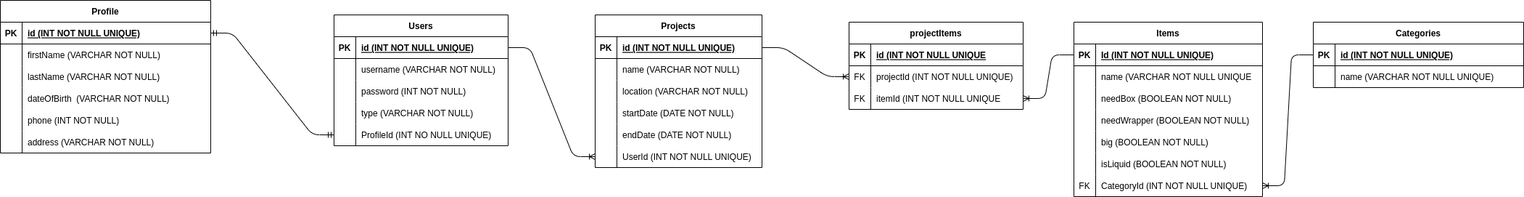
Above: schema/chema.png in hasan5323/pair-project-p1-kopipiko (draw.io), before the change. Source tidied: cells renumbered, new cells last; positions are measured from the earlier drawing's top-left corner, leaving out a move shared by most shapes.
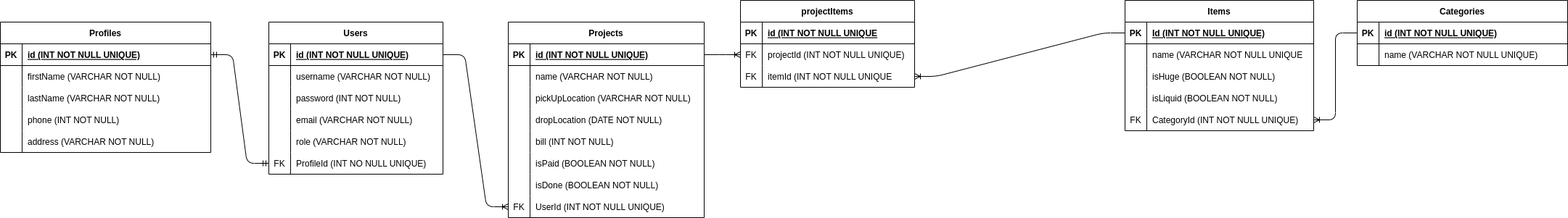
After the change.

The edit, as a diff of the source:
```diff
@@ -3,7 +3,7 @@
     <mxCell id="0" />
     <mxCell id="1" parent="0" />
     <mxCell id="2" value="Items" style="shape=table;startSize=30;rowLines=0;fontStyle=1;align=center;" parent="1" vertex="1">
-      <mxGeometry x="1480" y="30" width="260" height="240" as="geometry" />
+      <mxGeometry x="1700" y="30" width="260" height="180" as="geometry" />
     </mxCell>
     <mxCell id="3" style="shape=tableRow;horizontal=0;startSize=0;swimlaneHead=0;swimlaneBody=0;fillColor=none;points=[[0,0.5],[1,0.5]];portConstraint=eastwest;top=0;left=0;right=0;bottom=1;" parent="2" vertex="1">
       <mxGeometry y="30" width="260" height="30" as="geometry" />
@@ -23,35 +23,17 @@
     <mxCell id="8" value="name (VARCHAR NOT NULL UNIQUE" style="shape=partialRectangle;fillColor=none;top=0;left=0;bottom=0;right=0;align=left;spacingLeft=6;overflow=hidden;" parent="6" vertex="1">
       <mxGeometry x="30" width="230" height="30" as="geometry" />
     </mxCell>
-    <mxCell id="9" style="shape=tableRow;horizontal=0;startSize=0;swimlaneHead=0;swimlaneBody=0;fillColor=none;top=0;left=0;right=0;bottom=0;" parent="2" vertex="1">
-      <mxGeometry y="90" width="260" height="30" as="geometry" />
-    </mxCell>
-    <mxCell id="10" style="shape=partialRectangle;fillColor=none;top=0;left=0;bottom=0;right=0;overflow=hidden;" parent="9" vertex="1">
-      <mxGeometry width="30" height="30" as="geometry" />
-    </mxCell>
-    <mxCell id="11" value="needBox (BOOLEAN NOT NULL)" style="shape=partialRectangle;fillColor=none;top=0;left=0;bottom=0;right=0;align=left;spacingLeft=6;overflow=hidden;" parent="9" vertex="1">
-      <mxGeometry x="30" width="230" height="30" as="geometry" />
-    </mxCell>
-    <mxCell id="12" style="shape=tableRow;horizontal=0;startSize=0;swimlaneHead=0;swimlaneBody=0;fillColor=none;top=0;left=0;right=0;bottom=0;" parent="2" vertex="1">
-      <mxGeometry y="120" width="260" height="30" as="geometry" />
-    </mxCell>
-    <mxCell id="13" style="shape=partialRectangle;fillColor=none;top=0;left=0;bottom=0;right=0;overflow=hidden;" parent="12" vertex="1">
-      <mxGeometry width="30" height="30" as="geometry" />
-    </mxCell>
-    <mxCell id="14" value="needWrapper (BOOLEAN NOT NULL)" style="shape=partialRectangle;fillColor=none;top=0;left=0;bottom=0;right=0;align=left;spacingLeft=6;overflow=hidden;" parent="12" vertex="1">
-      <mxGeometry x="30" width="230" height="30" as="geometry" />
-    </mxCell>
     <mxCell id="15" style="shape=tableRow;horizontal=0;startSize=0;swimlaneHead=0;swimlaneBody=0;fillColor=none;top=0;left=0;right=0;bottom=0;" parent="2" vertex="1">
-      <mxGeometry y="150" width="260" height="30" as="geometry" />
+      <mxGeometry y="90" width="260" height="30" as="geometry" />
     </mxCell>
     <mxCell id="16" style="shape=partialRectangle;fillColor=none;top=0;left=0;bottom=0;right=0;overflow=hidden;" parent="15" vertex="1">
       <mxGeometry width="30" height="30" as="geometry" />
     </mxCell>
-    <mxCell id="17" value="big (BOOLEAN NOT NULL)" style="shape=partialRectangle;fillColor=none;top=0;left=0;bottom=0;right=0;align=left;spacingLeft=6;overflow=hidden;" parent="15" vertex="1">
+    <mxCell id="17" value="isHuge (BOOLEAN NOT NULL)" style="shape=partialRectangle;fillColor=none;top=0;left=0;bottom=0;right=0;align=left;spacingLeft=6;overflow=hidden;" parent="15" vertex="1">
       <mxGeometry x="30" width="230" height="30" as="geometry" />
     </mxCell>
     <mxCell id="18" style="shape=tableRow;horizontal=0;startSize=0;swimlaneHead=0;swimlaneBody=0;fillColor=none;top=0;left=0;right=0;bottom=0;" parent="2" vertex="1">
-      <mxGeometry y="180" width="260" height="30" as="geometry" />
+      <mxGeometry y="120" width="260" height="30" as="geometry" />
     </mxCell>
     <mxCell id="19" style="shape=partialRectangle;fillColor=none;top=0;left=0;bottom=0;right=0;overflow=hidden;" parent="18" vertex="1">
       <mxGeometry width="30" height="30" as="geometry" />
@@ -60,7 +42,7 @@
       <mxGeometry x="30" width="230" height="30" as="geometry" />
     </mxCell>
     <mxCell id="21" style="shape=tableRow;horizontal=0;startSize=0;swimlaneHead=0;swimlaneBody=0;fillColor=none;points=[[0,0.5],[1,0.5]];portConstraint=eastwest;top=0;left=0;right=0;bottom=0;" parent="2" vertex="1">
-      <mxGeometry y="210" width="260" height="30" as="geometry" />
+      <mxGeometry y="150" width="260" height="30" as="geometry" />
     </mxCell>
     <mxCell id="22" value="FK" style="shape=partialRectangle;fillColor=none;top=0;left=0;bottom=0;right=0;overflow=hidden;" parent="21" vertex="1">
       <mxGeometry width="30" height="30" as="geometry" />
@@ -69,7 +51,7 @@
       <mxGeometry x="30" width="230" height="30" as="geometry" />
     </mxCell>
     <mxCell id="24" value="Categories" style="shape=table;startSize=30;rowLines=0;fontStyle=1;align=center;" parent="1" vertex="1">
-      <mxGeometry x="1810" y="30" width="290" height="90" as="geometry" />
+      <mxGeometry x="2020" y="30" width="290" height="90" as="geometry" />
     </mxCell>
     <mxCell id="25" style="shape=tableRow;horizontal=0;startSize=0;swimlaneHead=0;swimlaneBody=0;fillColor=none;top=0;left=0;right=0;bottom=1;" parent="24" vertex="1">
       <mxGeometry y="30" width="290" height="30" as="geometry" />
@@ -90,61 +72,79 @@
       <mxGeometry x="30" width="260" height="30" as="geometry" />
     </mxCell>
     <mxCell id="31" value="Projects" style="shape=table;startSize=30;rowLines=0;fontStyle=1;align=center;" parent="1" vertex="1">
-      <mxGeometry x="820" y="20" width="230" height="210" as="geometry" />
+      <mxGeometry x="850" y="60" width="270" height="270" as="geometry" />
     </mxCell>
     <mxCell id="32" style="shape=tableRow;horizontal=0;startSize=0;swimlaneHead=0;swimlaneBody=0;fillColor=none;points=[[0,0.5],[1,0.5]];portConstraint=eastwest;top=0;left=0;right=0;bottom=1;" parent="31" vertex="1">
-      <mxGeometry y="30" width="230" height="30" as="geometry" />
+      <mxGeometry y="30" width="270" height="30" as="geometry" />
     </mxCell>
     <mxCell id="33" value="PK" style="shape=partialRectangle;fillColor=none;top=0;left=0;bottom=0;right=0;fontStyle=1;overflow=hidden;" parent="32" vertex="1">
       <mxGeometry width="30" height="30" as="geometry" />
     </mxCell>
     <mxCell id="34" value="id (INT NOT NULL UNIQUE)" style="shape=partialRectangle;fillColor=none;top=0;left=0;bottom=0;right=0;align=left;spacingLeft=6;fontStyle=5;overflow=hidden;" parent="32" vertex="1">
-      <mxGeometry x="30" width="200" height="30" as="geometry" />
+      <mxGeometry x="30" width="240" height="30" as="geometry" />
     </mxCell>
     <mxCell id="35" style="shape=tableRow;horizontal=0;startSize=0;swimlaneHead=0;swimlaneBody=0;fillColor=none;top=0;left=0;right=0;bottom=0;" parent="31" vertex="1">
-      <mxGeometry y="60" width="230" height="30" as="geometry" />
+      <mxGeometry y="60" width="270" height="30" as="geometry" />
     </mxCell>
     <mxCell id="36" style="shape=partialRectangle;fillColor=none;top=0;left=0;bottom=0;right=0;overflow=hidden;" parent="35" vertex="1">
       <mxGeometry width="30" height="30" as="geometry" />
     </mxCell>
     <mxCell id="37" value="name (VARCHAR NOT NULL)" style="shape=partialRectangle;fillColor=none;top=0;left=0;bottom=0;right=0;align=left;spacingLeft=6;overflow=hidden;" parent="35" vertex="1">
-      <mxGeometry x="30" width="200" height="30" as="geometry" />
+      <mxGeometry x="30" width="240" height="30" as="geometry" />
     </mxCell>
     <mxCell id="38" style="shape=tableRow;horizontal=0;startSize=0;swimlaneHead=0;swimlaneBody=0;fillColor=none;top=0;left=0;right=0;bottom=0;" parent="31" vertex="1">
-      <mxGeometry y="90" width="230" height="30" as="geometry" />
+      <mxGeometry y="90" width="270" height="30" as="geometry" />
     </mxCell>
     <mxCell id="39" style="shape=partialRectangle;fillColor=none;top=0;left=0;bottom=0;right=0;overflow=hidden;" parent="38" vertex="1">
       <mxGeometry width="30" height="30" as="geometry" />
     </mxCell>
-    <mxCell id="40" value="location (VARCHAR NOT NULL)" style="shape=partialRectangle;fillColor=none;top=0;left=0;bottom=0;right=0;align=left;spacingLeft=6;overflow=hidden;" parent="38" vertex="1">
-      <mxGeometry x="30" width="200" height="30" as="geometry" />
+    <mxCell id="40" value="pickUpLocation (VARCHAR NOT NULL)" style="shape=partialRectangle;fillColor=none;top=0;left=0;bottom=0;right=0;align=left;spacingLeft=6;overflow=hidden;" parent="38" vertex="1">
+      <mxGeometry x="30" width="240" height="30" as="geometry" />
     </mxCell>
-    <mxCell id="41" style="shape=tableRow;horizontal=0;startSize=0;swimlaneHead=0;swimlaneBody=0;fillColor=none;top=0;left=0;right=0;bottom=0;" parent="31" vertex="1">
-      <mxGeometry y="120" width="230" height="30" as="geometry" />
-    </mxCell>
-    <mxCell id="42" style="shape=partialRectangle;fillColor=none;top=0;left=0;bottom=0;right=0;overflow=hidden;" parent="41" vertex="1">
-      <mxGeometry width="30" height="30" as="geometry" />
-    </mxCell>
-    <mxCell id="43" value="startDate (DATE NOT NULL)" style="shape=partialRectangle;fillColor=none;top=0;left=0;bottom=0;right=0;align=left;spacingLeft=6;overflow=hidden;" parent="41" vertex="1">
-      <mxGeometry x="30" width="200" height="30" as="geometry" />
-    </mxCell>
     <mxCell id="44" style="shape=tableRow;horizontal=0;startSize=0;swimlaneHead=0;swimlaneBody=0;fillColor=none;top=0;left=0;right=0;bottom=0;" parent="31" vertex="1">
-      <mxGeometry y="150" width="230" height="30" as="geometry" />
+      <mxGeometry y="120" width="270" height="30" as="geometry" />
     </mxCell>
     <mxCell id="45" style="shape=partialRectangle;fillColor=none;top=0;left=0;bottom=0;right=0;overflow=hidden;" parent="44" vertex="1">
       <mxGeometry width="30" height="30" as="geometry" />
     </mxCell>
-    <mxCell id="46" value="endDate (DATE NOT NULL)" style="shape=partialRectangle;fillColor=none;top=0;left=0;bottom=0;right=0;align=left;spacingLeft=6;overflow=hidden;" parent="44" vertex="1">
-      <mxGeometry x="30" width="200" height="30" as="geometry" />
+    <mxCell id="46" value="dropLocation (DATE NOT NULL)" style="shape=partialRectangle;fillColor=none;top=0;left=0;bottom=0;right=0;align=left;spacingLeft=6;overflow=hidden;" parent="44" vertex="1">
+      <mxGeometry x="30" width="240" height="30" as="geometry" />
     </mxCell>
+    <mxCell id="100" style="shape=tableRow;horizontal=0;startSize=0;swimlaneHead=0;swimlaneBody=0;fillColor=none;top=0;left=0;right=0;bottom=0;" parent="31" vertex="1">
+      <mxGeometry y="150" width="270" height="30" as="geometry" />
+    </mxCell>
+    <mxCell id="101" style="shape=partialRectangle;fillColor=none;top=0;left=0;bottom=0;right=0;overflow=hidden;" parent="100" vertex="1">
+      <mxGeometry width="30" height="30" as="geometry" />
+    </mxCell>
+    <mxCell id="102" value="bill (INT NOT NULL)" style="shape=partialRectangle;fillColor=none;top=0;left=0;bottom=0;right=0;align=left;spacingLeft=6;overflow=hidden;" parent="100" vertex="1">
+      <mxGeometry x="30" width="240" height="30" as="geometry" />
+    </mxCell>
+    <mxCell id="103" style="shape=tableRow;horizontal=0;startSize=0;swimlaneHead=0;swimlaneBody=0;fillColor=none;top=0;left=0;right=0;bottom=0;" parent="31" vertex="1">
+      <mxGeometry y="180" width="270" height="30" as="geometry" />
+    </mxCell>
+    <mxCell id="104" style="shape=partialRectangle;fillColor=none;top=0;left=0;bottom=0;right=0;overflow=hidden;" parent="103" vertex="1">
+      <mxGeometry width="30" height="30" as="geometry" />
+    </mxCell>
+    <mxCell id="105" value="isPaid (BOOLEAN NOT NULL)" style="shape=partialRectangle;fillColor=none;top=0;left=0;bottom=0;right=0;align=left;spacingLeft=6;overflow=hidden;" parent="103" vertex="1">
+      <mxGeometry x="30" width="240" height="30" as="geometry" />
+    </mxCell>
+    <mxCell id="106" style="shape=tableRow;horizontal=0;startSize=0;swimlaneHead=0;swimlaneBody=0;fillColor=none;top=0;left=0;right=0;bottom=0;" parent="31" vertex="1">
+      <mxGeometry y="210" width="270" height="30" as="geometry" />
+    </mxCell>
+    <mxCell id="107" style="shape=partialRectangle;fillColor=none;top=0;left=0;bottom=0;right=0;overflow=hidden;" parent="106" vertex="1">
+      <mxGeometry width="30" height="30" as="geometry" />
+    </mxCell>
+    <mxCell id="108" value="isDone (BOOLEAN NOT NULL)" style="shape=partialRectangle;fillColor=none;top=0;left=0;bottom=0;right=0;align=left;spacingLeft=6;overflow=hidden;" parent="106" vertex="1">
+      <mxGeometry x="30" width="240" height="30" as="geometry" />
+    </mxCell>
     <mxCell id="47" style="shape=tableRow;horizontal=0;startSize=0;swimlaneHead=0;swimlaneBody=0;fillColor=none;points=[[0,0.5],[1,0.5]];portConstraint=eastwest;top=0;left=0;right=0;bottom=0;" parent="31" vertex="1">
-      <mxGeometry y="180" width="230" height="30" as="geometry" />
+      <mxGeometry y="240" width="270" height="30" as="geometry" />
     </mxCell>
-    <mxCell id="48" style="shape=partialRectangle;fillColor=none;top=0;left=0;bottom=0;right=0;overflow=hidden;" parent="47" vertex="1">
+    <mxCell id="48" value="FK" style="shape=partialRectangle;fillColor=none;top=0;left=0;bottom=0;right=0;overflow=hidden;" parent="47" vertex="1">
       <mxGeometry width="30" height="30" as="geometry" />
     </mxCell>
     <mxCell id="49" value="UserId (INT NOT NULL UNIQUE)" style="shape=partialRectangle;fillColor=none;top=0;left=0;bottom=0;right=0;align=left;spacingLeft=6;overflow=hidden;" parent="47" vertex="1">
-      <mxGeometry x="30" width="200" height="30" as="geometry" />
+      <mxGeometry x="30" width="240" height="30" as="geometry" />
     </mxCell>
     <mxCell id="50" style="edgeStyle=entityRelationEdgeStyle;fontSize=12;html=1;endArrow=ERoneToMany;" parent="1" edge="1" source="24" target="21">
       <mxGeometry relative="1" as="geometry" />
@@ -186,7 +186,7 @@
       <mxGeometry relative="1" as="geometry" />
     </mxCell>
     <mxCell id="63" value="Users" style="shape=table;startSize=30;rowLines=0;fontStyle=1;align=center;" parent="1" vertex="1">
-      <mxGeometry x="460" y="20" width="240" height="180" as="geometry" />
+      <mxGeometry x="520" y="60" width="240" height="210" as="geometry" />
     </mxCell>
     <mxCell id="64" style="shape=tableRow;horizontal=0;startSize=0;swimlaneHead=0;swimlaneBody=0;fillColor=none;points=[[0,0.5],[1,0.5]];portConstraint=eastwest;top=0;left=0;right=0;bottom=1;" parent="63" vertex="1">
       <mxGeometry y="30" width="240" height="30" as="geometry" />
@@ -215,29 +215,35 @@
     <mxCell id="72" value="password (INT NOT NULL)" style="shape=partialRectangle;fillColor=none;top=0;left=0;bottom=0;right=0;align=left;spacingLeft=6;overflow=hidden;" parent="70" vertex="1">
       <mxGeometry x="30" width="210" height="30" as="geometry" />
     </mxCell>
+    <mxCell id="109" style="shape=tableRow;horizontal=0;startSize=0;swimlaneHead=0;swimlaneBody=0;fillColor=none;top=0;left=0;right=0;bottom=0;" parent="63" vertex="1">
+      <mxGeometry y="120" width="240" height="30" as="geometry" />
+    </mxCell>
+    <mxCell id="110" style="shape=partialRectangle;fillColor=none;top=0;left=0;bottom=0;right=0;overflow=hidden;" parent="109" vertex="1">
+      <mxGeometry width="30" height="30" as="geometry" />
+    </mxCell>
+    <mxCell id="111" value="email (VARCHAR NOT NULL)" style="shape=partialRectangle;fillColor=none;top=0;left=0;bottom=0;right=0;align=left;spacingLeft=6;overflow=hidden;" parent="109" vertex="1">
+      <mxGeometry x="30" width="210" height="30" as="geometry" />
+    </mxCell>
     <mxCell id="73" style="shape=tableRow;horizontal=0;startSize=0;swimlaneHead=0;swimlaneBody=0;fillColor=none;top=0;left=0;right=0;bottom=0;" parent="63" vertex="1">
-      <mxGeometry y="120" width="240" height="30" as="geometry" />
+      <mxGeometry y="150" width="240" height="30" as="geometry" />
     </mxCell>
     <mxCell id="74" style="shape=partialRectangle;fillColor=none;top=0;left=0;bottom=0;right=0;overflow=hidden;" parent="73" vertex="1">
       <mxGeometry width="30" height="30" as="geometry" />
     </mxCell>
-    <mxCell id="75" value="type (VARCHAR NOT NULL)" style="shape=partialRectangle;fillColor=none;top=0;left=0;bottom=0;right=0;align=left;spacingLeft=6;overflow=hidden;" parent="73" vertex="1">
+    <mxCell id="75" value="role (VARCHAR NOT NULL)" style="shape=partialRectangle;fillColor=none;top=0;left=0;bottom=0;right=0;align=left;spacingLeft=6;overflow=hidden;" parent="73" vertex="1">
       <mxGeometry x="30" width="210" height="30" as="geometry" />
     </mxCell>
     <mxCell id="76" style="shape=tableRow;horizontal=0;startSize=0;swimlaneHead=0;swimlaneBody=0;fillColor=none;points=[[0,0.5],[1,0.5]];portConstraint=eastwest;top=0;left=0;right=0;bottom=0;" parent="63" vertex="1">
-      <mxGeometry y="150" width="240" height="30" as="geometry" />
+      <mxGeometry y="180" width="240" height="30" as="geometry" />
     </mxCell>
-    <mxCell id="77" style="shape=partialRectangle;fillColor=none;top=0;left=0;bottom=0;right=0;overflow=hidden;" parent="76" vertex="1">
+    <mxCell id="77" value="FK" style="shape=partialRectangle;fillColor=none;top=0;left=0;bottom=0;right=0;overflow=hidden;" parent="76" vertex="1">
       <mxGeometry width="30" height="30" as="geometry" />
     </mxCell>
     <mxCell id="78" value="ProfileId (INT NO NULL UNIQUE)" style="shape=partialRectangle;fillColor=none;top=0;left=0;bottom=0;right=0;align=left;spacingLeft=6;overflow=hidden;" parent="76" vertex="1">
       <mxGeometry x="30" width="210" height="30" as="geometry" />
     </mxCell>
-    <mxCell id="79" style="edgeStyle=entityRelationEdgeStyle;fontSize=12;html=1;endArrow=ERoneToMany;" parent="1" edge="1" source="64" target="47">
-      <mxGeometry relative="1" as="geometry" />
-    </mxCell>
-    <mxCell id="80" value="Profile" style="shape=table;startSize=30;rowLines=0;fontStyle=1;align=center;" parent="1" vertex="1">
-      <mxGeometry width="290" height="210" as="geometry" />
+    <mxCell id="80" value="Profiles" style="shape=table;startSize=30;rowLines=0;fontStyle=1;align=center;" parent="1" vertex="1">
+      <mxGeometry x="150" y="60" width="290" height="180" as="geometry" />
     </mxCell>
     <mxCell id="81" style="shape=tableRow;horizontal=0;startSize=0;swimlaneHead=0;swimlaneBody=0;fillColor=none;points=[[0,0.5],[1,0.5]];portConstraint=eastwest;top=0;left=0;right=0;bottom=1;" parent="80" vertex="1">
       <mxGeometry y="30" width="290" height="30" as="geometry" />
@@ -266,17 +272,8 @@
     <mxCell id="89" value="lastName (VARCHAR NOT NULL)" style="shape=partialRectangle;fillColor=none;top=0;left=0;bottom=0;right=0;align=left;spacingLeft=6;overflow=hidden;" parent="87" vertex="1">
       <mxGeometry x="30" width="260" height="30" as="geometry" />
     </mxCell>
-    <mxCell id="90" style="shape=tableRow;horizontal=0;startSize=0;swimlaneHead=0;swimlaneBody=0;fillColor=none;top=0;left=0;right=0;bottom=0;" parent="80" vertex="1">
-      <mxGeometry y="120" width="290" height="30" as="geometry" />
-    </mxCell>
-    <mxCell id="91" style="shape=partialRectangle;fillColor=none;top=0;left=0;bottom=0;right=0;overflow=hidden;" parent="90" vertex="1">
-      <mxGeometry width="30" height="30" as="geometry" />
-    </mxCell>
-    <mxCell id="92" value="dateOfBirth  (VARCHAR NOT NULL)" style="shape=partialRectangle;fillColor=none;top=0;left=0;bottom=0;right=0;align=left;spacingLeft=6;overflow=hidden;" parent="90" vertex="1">
-      <mxGeometry x="30" width="260" height="30" as="geometry" />
-    </mxCell>
     <mxCell id="93" style="shape=tableRow;horizontal=0;startSize=0;swimlaneHead=0;swimlaneBody=0;fillColor=none;top=0;left=0;right=0;bottom=0;" parent="80" vertex="1">
-      <mxGeometry y="150" width="290" height="30" as="geometry" />
+      <mxGeometry y="120" width="290" height="30" as="geometry" />
     </mxCell>
     <mxCell id="94" style="shape=partialRectangle;fillColor=none;top=0;left=0;bottom=0;right=0;overflow=hidden;" parent="93" vertex="1">
       <mxGeometry width="30" height="30" as="geometry" />
@@ -285,7 +282,7 @@
       <mxGeometry x="30" width="260" height="30" as="geometry" />
     </mxCell>
     <mxCell id="96" style="shape=tableRow;horizontal=0;startSize=0;swimlaneHead=0;swimlaneBody=0;fillColor=none;top=0;left=0;right=0;bottom=0;" parent="80" vertex="1">
-      <mxGeometry y="180" width="290" height="30" as="geometry" />
+      <mxGeometry y="150" width="290" height="30" as="geometry" />
     </mxCell>
     <mxCell id="97" style="shape=partialRectangle;fillColor=none;top=0;left=0;bottom=0;right=0;overflow=hidden;" parent="96" vertex="1">
       <mxGeometry width="30" height="30" as="geometry" />
@@ -296,5 +293,8 @@
     <mxCell id="99" style="edgeStyle=entityRelationEdgeStyle;fontSize=12;html=1;endArrow=ERmandOne;startArrow=ERmandOne;" parent="1" edge="1" source="81" target="76">
       <mxGeometry relative="1" as="geometry" />
     </mxCell>
+    <mxCell id="79" style="edgeStyle=entityRelationEdgeStyle;fontSize=12;html=1;endArrow=ERoneToMany;" parent="1" edge="1" source="64" target="47">
+      <mxGeometry relative="1" as="geometry" />
+    </mxCell>
   </root>
 </mxGraphModel>
```
